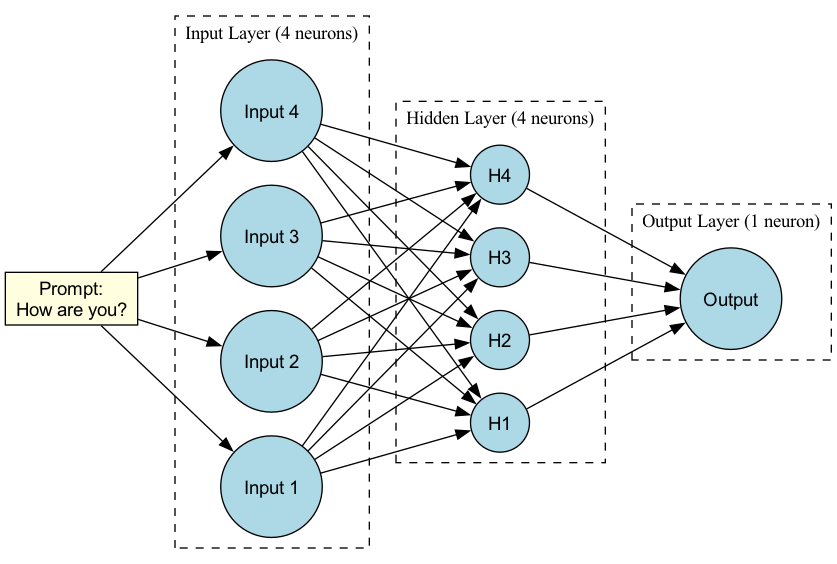
The Graphviz diagram examples/skypilot/skypilot-inference/image/simple_nn.png in nebius/nebius-ps-services, before a commit. Its source is kept beside it as examples/skypilot/skypilot-inference/image/simple_nn.dot. Its diagram source:
```dot
digraph SimpleNN {
    rankdir=LR;
    splines=line;
    node [shape=circle, style=filled, fillcolor=lightblue, fontname="Arial"];

    Prompt [label="Prompt:\nHow are you?", shape=box, fillcolor=lightyellow, style=filled, fontname="Arial"];

    subgraph cluster_input {
        label="Input Layer (4 neurons)";
        style=dashed;
        I1 [label="Input 1"];
        I2 [label="Input 2"];
        I3 [label="Input 3"];
        I4 [label="Input 4"];
    }

    subgraph cluster_hidden {
        label="Hidden Layer (4 neurons)";
        style=dashed;
        H1 [label="H1"];
        H2 [label="H2"];
        H3 [label="H3"];
        H4 [label="H4"];
    }

    subgraph cluster_output {
        label="Output Layer (1 neuron)";
        style=dashed;
        O1 [label="Output"];
    }

    Prompt -> I1;
    Prompt -> I2;
    Prompt -> I3;
    Prompt -> I4;

    I1 -> H1; I1 -> H2; I1 -> H3; I1 -> H4;
    I2 -> H1; I2 -> H2; I2 -> H3; I2 -> H4;
    I3 -> H1; I3 -> H2; I3 -> H3; I3 -> H4;
    I4 -> H1; I4 -> H2; I4 -> H3; I4 -> H4;

    H1 -> O1;
    H2 -> O1;
    H3 -> O1;
    H4 -> O1;
}
```
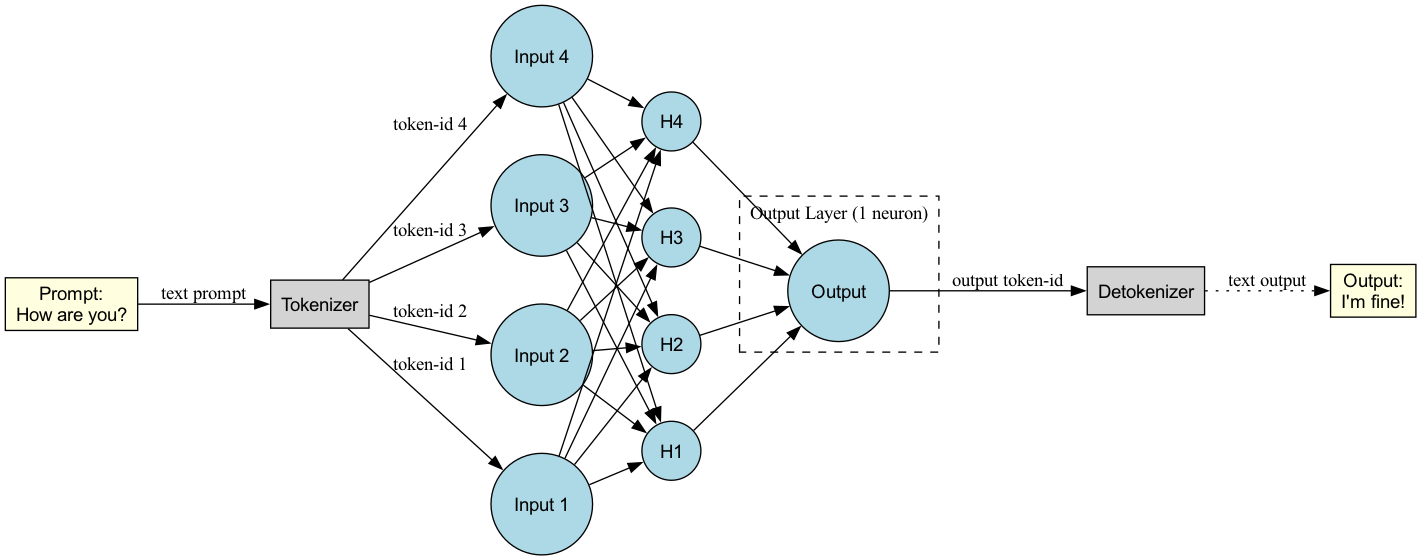
Above is the later version.

What changed in the source:
```diff
@@ -5,23 +5,27 @@
 
     Prompt [label="Prompt:\nHow are you?", shape=box, fillcolor=lightyellow, style=filled, fontname="Arial"];
 
-    subgraph cluster_input {
-        label="Input Layer (4 neurons)";
-        style=dashed;
-        I1 [label="Input 1"];
-        I2 [label="Input 2"];
-        I3 [label="Input 3"];
-        I4 [label="Input 4"];
-    }
+    Tokenizer [label="Tokenizer", shape=box, fillcolor=lightgrey, style=filled, fontname="Arial"];
 
-    subgraph cluster_hidden {
-        label="Hidden Layer (4 neurons)";
-        style=dashed;
-        H1 [label="H1"];
-        H2 [label="H2"];
-        H3 [label="H3"];
-        H4 [label="H4"];
-    }
+    Detokenizer [label="Detokenizer", shape=box, fillcolor=lightgrey, style=filled, fontname="Arial"];
+
+    I4 [label="Input 4", shape=circle, fillcolor=lightblue, style=filled, fontname="Arial"];
+    I3 [label="Input 3", shape=circle, fillcolor=lightblue, style=filled, fontname="Arial"];
+    I2 [label="Input 2", shape=circle, fillcolor=lightblue, style=filled, fontname="Arial"];
+    I1 [label="Input 1", shape=circle, fillcolor=lightblue, style=filled, fontname="Arial"];
+    {rank=same; I4; I3; I2; I1;}
+    I4 -> I3 [style=invis];
+    I3 -> I2 [style=invis];
+    I2 -> I1 [style=invis];
+
+    H4 [label="H4", shape=circle, fillcolor=lightblue, style=filled, fontname="Arial"];
+    H3 [label="H3", shape=circle, fillcolor=lightblue, style=filled, fontname="Arial"];
+    H2 [label="H2", shape=circle, fillcolor=lightblue, style=filled, fontname="Arial"];
+    H1 [label="H1", shape=circle, fillcolor=lightblue, style=filled, fontname="Arial"];
+    {rank=same; H4; H3; H2; H1;}
+    H4 -> H3 [style=invis];
+    H3 -> H2 [style=invis];
+    H2 -> H1 [style=invis];
 
     subgraph cluster_output {
         label="Output Layer (1 neuron)";
@@ -29,10 +33,12 @@
         O1 [label="Output"];
     }
 
-    Prompt -> I1;
-    Prompt -> I2;
-    Prompt -> I3;
-    Prompt -> I4;
+    Prompt -> Tokenizer [label="text prompt"];
+
+    Tokenizer -> I4 [label="token-id 4"];
+    Tokenizer -> I3 [label="token-id 3"];
+    Tokenizer -> I2 [label="token-id 2"];
+    Tokenizer -> I1 [label="token-id 1"];
 
     I1 -> H1; I1 -> H2; I1 -> H3; I1 -> H4;
     I2 -> H1; I2 -> H2; I2 -> H3; I2 -> H4;
@@ -43,4 +49,9 @@
     H2 -> O1;
     H3 -> O1;
     H4 -> O1;
+
+    O1 -> Detokenizer [label="output token-id"];
+
+    Detokenizer -> OutputText [label="text output", style=dotted];
+    OutputText [label="Output:\nI'm fine!", shape=box, fillcolor=lightyellow, style=filled, fontname="Arial"];
 }
```
